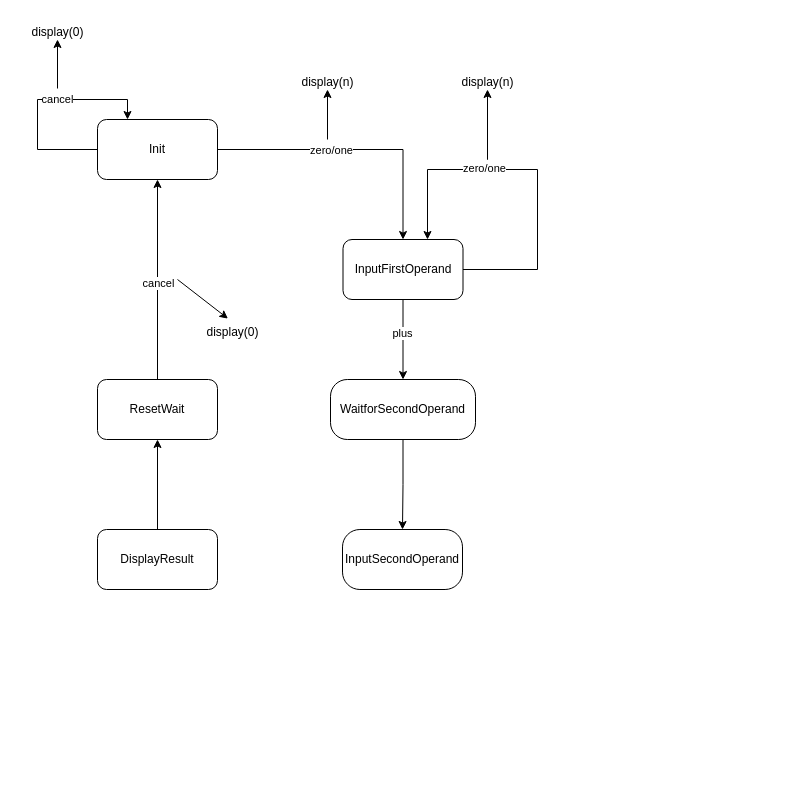
Earlier version of the draw.io diagram Untitled Diagram.drawio (YamyuCheung/image). Source tidied: cells renumbered, new cells numbered last; positions are measured from the earlier drawing's top-left corner, leaving out a move shared by most shapes. Both pictures are drawn from the tidied source at 100%, with x=0, y=0 at pixel (17, 17).
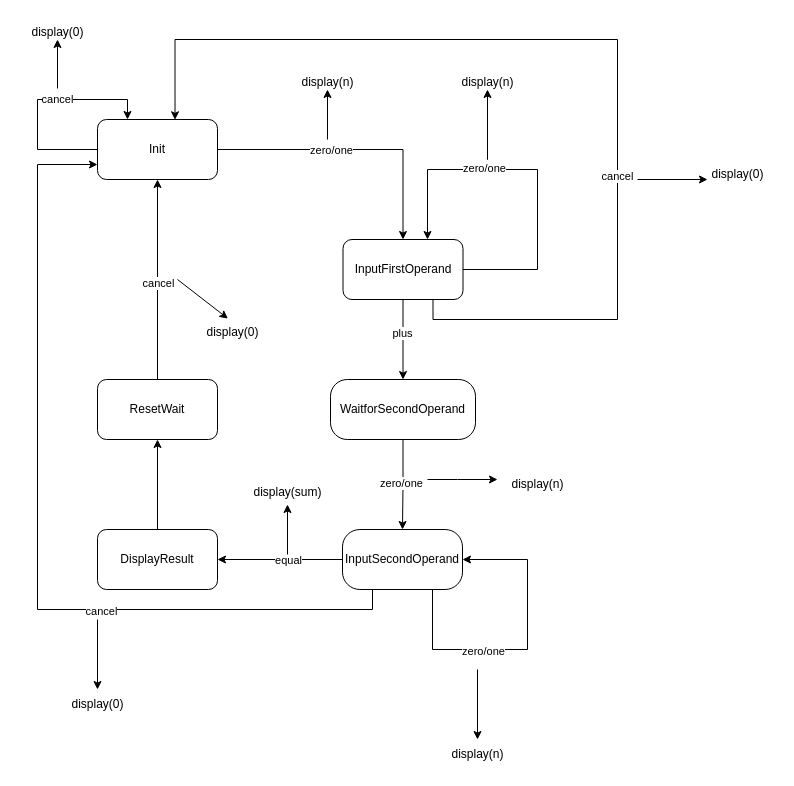
After the change.

Unchanged cells that the change refers to:
```xml
<mxCell id="6" value="Init" style="rounded=1;whiteSpace=wrap;html=1;" parent="1" vertex="1">
  <mxGeometry x="80" y="102" width="120" height="60" as="geometry" />
</mxCell>
<mxCell id="11" value="InputFirstOperand" style="rounded=1;whiteSpace=wrap;html=1;" parent="1" vertex="1">
  <mxGeometry x="325.5" y="222" width="120" height="60" as="geometry" />
</mxCell>
<mxCell id="12" style="edgeStyle=orthogonalEdgeStyle;rounded=0;jettySize=auto;html=1;exitX=0.5;exitY=1;exitDx=0;exitDy=0;" parent="1" edge="1" source="13" target="14">
  <mxGeometry relative="1" as="geometry" />
</mxCell>
<mxCell id="14" value="InputSecondOperand" style="rounded=1;whiteSpace=wrap;html=1;arcSize=29;" parent="1" vertex="1">
  <mxGeometry x="325" y="512" width="120" height="60" as="geometry" />
</mxCell>
<mxCell id="16" value="DisplayResult" style="rounded=1;whiteSpace=wrap;html=1;" parent="1" vertex="1">
  <mxGeometry x="80" y="512" width="120" height="60" as="geometry" />
</mxCell>
```

Diff of the diagram source:
```diff
@@
+    <mxCell id="28" style="edgeStyle=orthogonalEdgeStyle;rounded=0;jettySize=auto;html=1;exitX=0.75;exitY=1;exitDx=0;exitDy=0;entryX=0.646;entryY=0.005;entryDx=0;entryDy=0;entryPerimeter=0;" parent="1" edge="1" source="11" target="6">
+      <mxGeometry relative="1" as="geometry">
+        <Array as="points">
+          <mxPoint x="416" y="302" />
+          <mxPoint x="600" y="302" />
+          <mxPoint x="600" y="22" />
+          <mxPoint x="158" y="22" />
+        </Array>
+      </mxGeometry>
+    </mxCell>
+    <mxCell id="29" value="cancel" style="edgeLabel;html=1;align=center;verticalAlign=middle;" parent="28" vertex="1">
+      <mxGeometry x="-0.31" y="1" relative="1" as="geometry" />
+    </mxCell>
@@
+    <mxCell id="30" value="zero/one" style="edgeLabel;html=1;align=center;verticalAlign=middle;" parent="12" vertex="1">
+      <mxGeometry x="-0.06" y="-2" relative="1" as="geometry" />
+    </mxCell>
@@
+    <mxCell id="31" style="edgeStyle=orthogonalEdgeStyle;rounded=0;orthogonalLoop=1;jettySize=auto;html=1;exitX=0.75;exitY=1;exitDx=0;exitDy=0;entryX=1;entryY=0.5;entryDx=0;entryDy=0;" parent="1" edge="1" source="14" target="14">
+      <mxGeometry relative="1" as="geometry">
+        <Array as="points">
+          <mxPoint x="415" y="632" />
+          <mxPoint x="510" y="632" />
+          <mxPoint x="510" y="542" />
+        </Array>
+      </mxGeometry>
+    </mxCell>
+    <mxCell id="32" value="zero/one" style="edgeLabel;html=1;align=center;verticalAlign=middle;" parent="31" vertex="1">
+      <mxGeometry x="-0.29" y="-1" relative="1" as="geometry" />
+    </mxCell>
+    <mxCell id="33" style="edgeStyle=orthogonalEdgeStyle;rounded=0;jettySize=auto;html=1;exitX=0;exitY=0.5;exitDx=0;exitDy=0;" parent="1" edge="1" source="14" target="16">
+      <mxGeometry relative="1" as="geometry" />
+    </mxCell>
+    <mxCell id="34" value="equal" style="edgeLabel;html=1;align=center;verticalAlign=middle;" parent="33" vertex="1">
+      <mxGeometry x="0.15" y="1" relative="1" as="geometry">
+        <mxPoint x="17" y="-1" as="offset" />
+      </mxGeometry>
+    </mxCell>
+    <mxCell id="35" style="edgeStyle=orthogonalEdgeStyle;rounded=0;jettySize=auto;html=1;exitX=0.25;exitY=1;exitDx=0;exitDy=0;entryX=0;entryY=0.75;entryDx=0;entryDy=0;" parent="1" edge="1" source="14" target="6">
+      <mxGeometry relative="1" as="geometry">
+        <Array as="points">
+          <mxPoint x="355" y="592" />
+          <mxPoint x="20" y="592" />
+          <mxPoint x="20" y="147" />
+        </Array>
+      </mxGeometry>
+    </mxCell>
+    <mxCell id="36" value="cancel" style="edgeLabel;html=1;align=center;verticalAlign=middle;" parent="35" vertex="1">
+      <mxGeometry x="-0.32" y="1" relative="1" as="geometry" />
+    </mxCell>
@@
+    <mxCell id="37" style="endArrow=classic;html=1;rounded=0;" parent="1" edge="1">
+      <mxGeometry relative="1" as="geometry">
+        <mxPoint x="410" y="462" as="sourcePoint" />
+        <mxPoint x="480" y="462" as="targetPoint" />
+        <Array as="points">
+          <mxPoint x="410" y="462" />
+          <mxPoint x="440" y="462" />
+        </Array>
+      </mxGeometry>
+    </mxCell>
+    <mxCell id="38" value="display(n)" style="text;html=1;align=center;verticalAlign=middle;strokeColor=none;fillColor=none;" parent="1" vertex="1">
+      <mxGeometry x="480" y="452" width="80" height="30" as="geometry" />
+    </mxCell>
+    <mxCell id="39" style="endArrow=classic;html=1;rounded=0;" parent="1" edge="1">
+      <mxGeometry relative="1" as="geometry">
+        <mxPoint x="460" y="652" as="sourcePoint" />
+        <mxPoint x="460" y="722" as="targetPoint" />
+        <Array as="points">
+          <mxPoint x="460" y="652" />
+        </Array>
+      </mxGeometry>
+    </mxCell>
+    <mxCell id="40" value="display(n)" style="text;html=1;align=center;verticalAlign=middle;strokeColor=none;fillColor=none;" parent="1" vertex="1">
+      <mxGeometry x="420" y="722" width="80" height="30" as="geometry" />
+    </mxCell>
+    <mxCell id="41" style="endArrow=classic;html=1;rounded=0;" parent="1" edge="1">
+      <mxGeometry relative="1" as="geometry">
+        <mxPoint x="270" y="537" as="sourcePoint" />
+        <mxPoint x="270" y="487" as="targetPoint" />
+      </mxGeometry>
+    </mxCell>
+    <mxCell id="42" value="display(sum)" style="text;html=1;align=center;verticalAlign=middle;strokeColor=none;fillColor=none;" parent="1" vertex="1">
+      <mxGeometry x="225" y="460" width="90" height="30" as="geometry" />
+    </mxCell>
+    <mxCell id="43" style="endArrow=classic;html=1;rounded=0;" parent="1" edge="1">
+      <mxGeometry relative="1" as="geometry">
+        <mxPoint x="620" y="162" as="sourcePoint" />
+        <mxPoint x="690" y="162" as="targetPoint" />
+        <Array as="points">
+          <mxPoint x="620" y="162" />
+        </Array>
+      </mxGeometry>
+    </mxCell>
+    <mxCell id="44" value="display(0)" style="text;html=1;align=center;verticalAlign=middle;strokeColor=none;fillColor=none;" parent="1" vertex="1">
+      <mxGeometry x="680" y="142" width="80" height="30" as="geometry" />
+    </mxCell>
+    <mxCell id="45" style="endArrow=classic;html=1;rounded=0;" parent="1" edge="1">
+      <mxGeometry relative="1" as="geometry">
+        <mxPoint x="80" y="602" as="sourcePoint" />
+        <mxPoint x="80" y="672" as="targetPoint" />
+        <Array as="points">
+          <mxPoint x="80" y="602" />
+        </Array>
+      </mxGeometry>
+    </mxCell>
+    <mxCell id="46" value="display(0)" style="text;html=1;align=center;verticalAlign=middle;strokeColor=none;fillColor=none;" parent="1" vertex="1">
+      <mxGeometry x="40" y="672" width="80" height="30" as="geometry" />
+    </mxCell>
```
